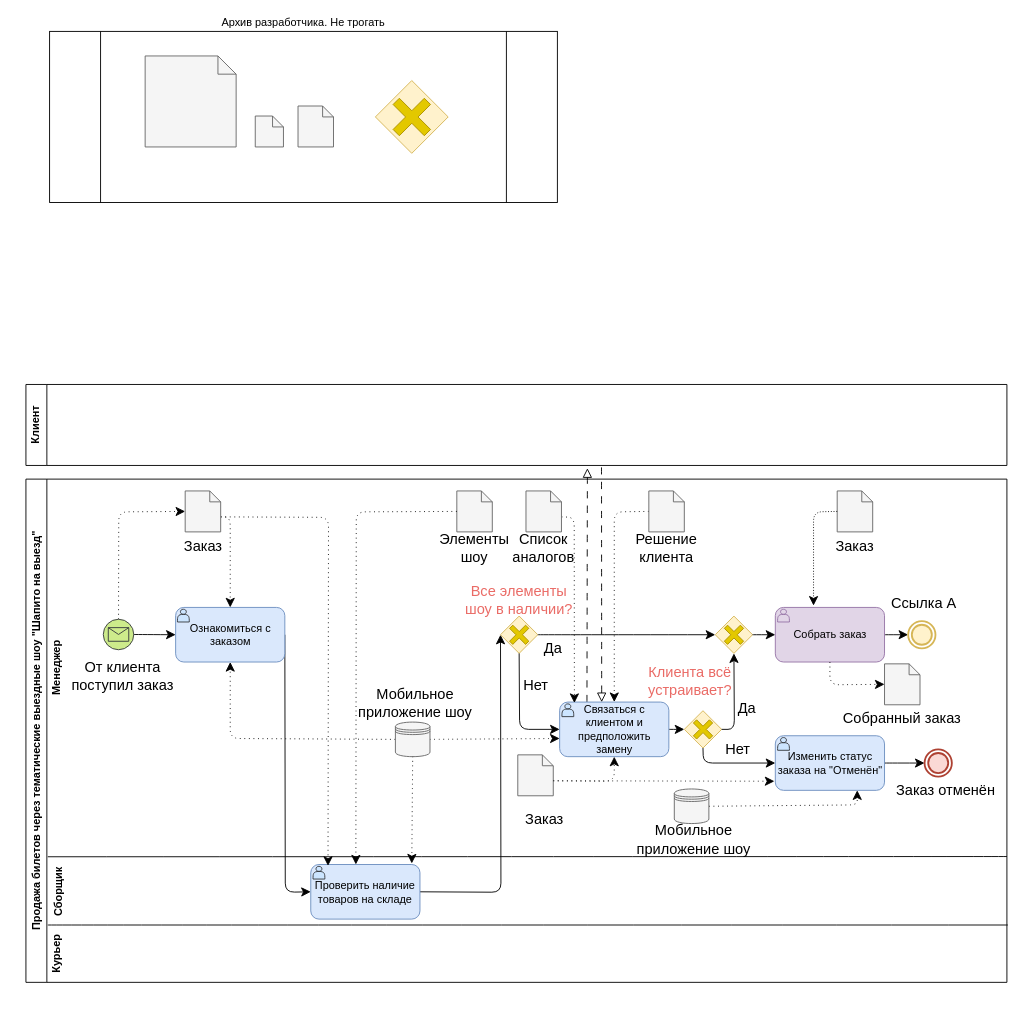
This is page "Page-1" (1 of 3) of Pbd1.drawio from Helpmepleaseitishard/database-design-4-semester, a draw.io file, before an edit. Source tidied: cells renumbered, new cells numbered last; positions are measured from the earlier drawing's top-left corner, leaving out a move shared by most shapes. Both pictures are drawn from the tidied source at 91%, with x=0, y=0 at pixel (-132, 31).
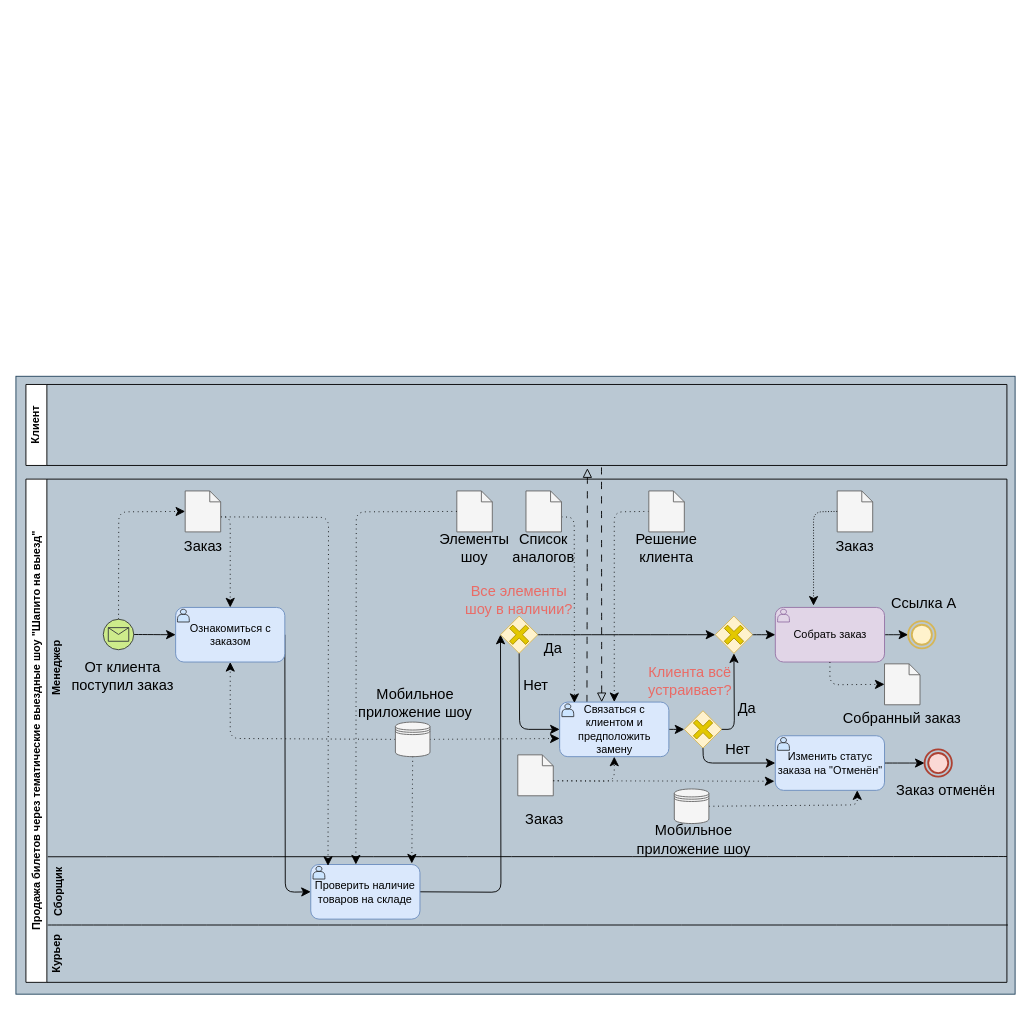
The same page after the edit.

The edit, as a diff of the source:
```diff
@@
-    <mxCell id="2" value="Архив разработчика. Не трогать" style="shape=process;whiteSpace=wrap;html=1;backgroundOutline=1;labelPosition=center;verticalLabelPosition=top;align=center;verticalAlign=bottom;" parent="1" vertex="1">
-      <mxGeometry x="199" width="558" height="188" as="geometry" />
-    </mxCell>
+    <mxCell id="94" style="rounded=0;whiteSpace=wrap;html=1;fillColor=#bac8d3;strokeColor=#23445d;" parent="1" vertex="1">
+      <mxGeometry x="162" y="379" width="1098" height="679" as="geometry" />
+    </mxCell>
@@
-    <mxCell id="5" style="rhombus;whiteSpace=wrap;html=1;fillColor=#fff2cc;strokeColor=#d6b656;" parent="1" vertex="1">
-      <mxGeometry x="557" y="54" width="80" height="80" as="geometry" />
-    </mxCell>
-    <mxCell id="6" style="shape=cross;whiteSpace=wrap;html=1;fillColor=#e3c800;strokeColor=#B09500;rotation=45;fontColor=#000000;" parent="1" vertex="1">
-      <mxGeometry x="572.8" y="69.8" width="48.5" height="48.5" as="geometry" />
-    </mxCell>
@@
-    <mxCell id="91" style="shape=note;size=20;whiteSpace=wrap;html=1;fillColor=#f5f5f5;strokeColor=#666666;fontColor=#333333;" parent="1" vertex="1">
-      <mxGeometry x="304" y="27" width="100" height="100" as="geometry" />
-    </mxCell>
-    <mxCell id="92" style="shape=note;size=12;whiteSpace=wrap;html=1;fillColor=#f5f5f5;strokeColor=#666666;fontColor=#333333;" parent="1" vertex="1">
-      <mxGeometry x="425" y="93" width="31" height="34" as="geometry" />
-    </mxCell>
-    <mxCell id="93" style="shape=note;size=12;whiteSpace=wrap;html=1;fillColor=#f5f5f5;strokeColor=#666666;fontColor=#333333;" parent="1" vertex="1">
-      <mxGeometry x="472" y="82" width="39" height="45" as="geometry" />
-    </mxCell>
```
